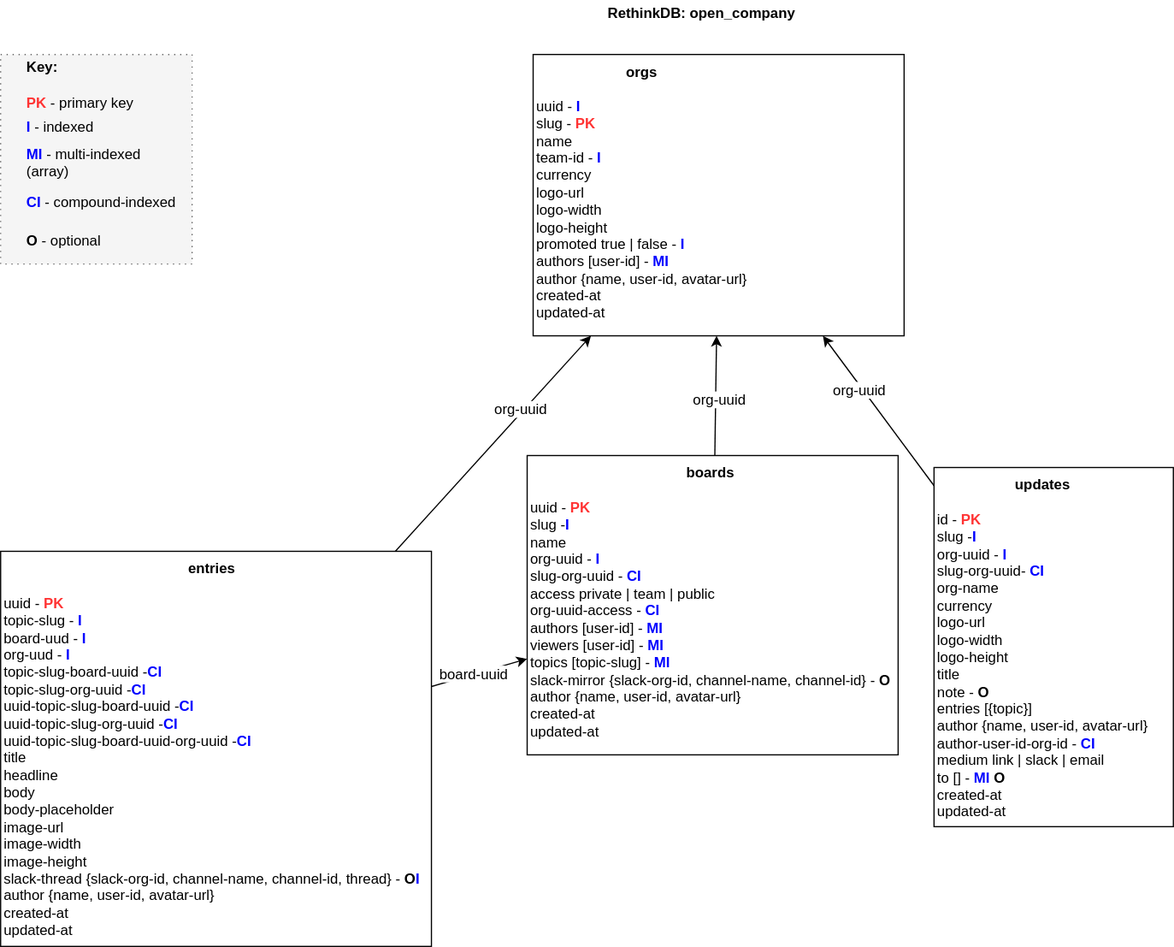
Above: docs/Storage-Schema.svg in open-company/open-company-storage (draw.io), before the change. Source tidied: cells renumbered, new cells last; positions are measured from the earlier drawing's top-left corner, leaving out a move shared by most shapes.
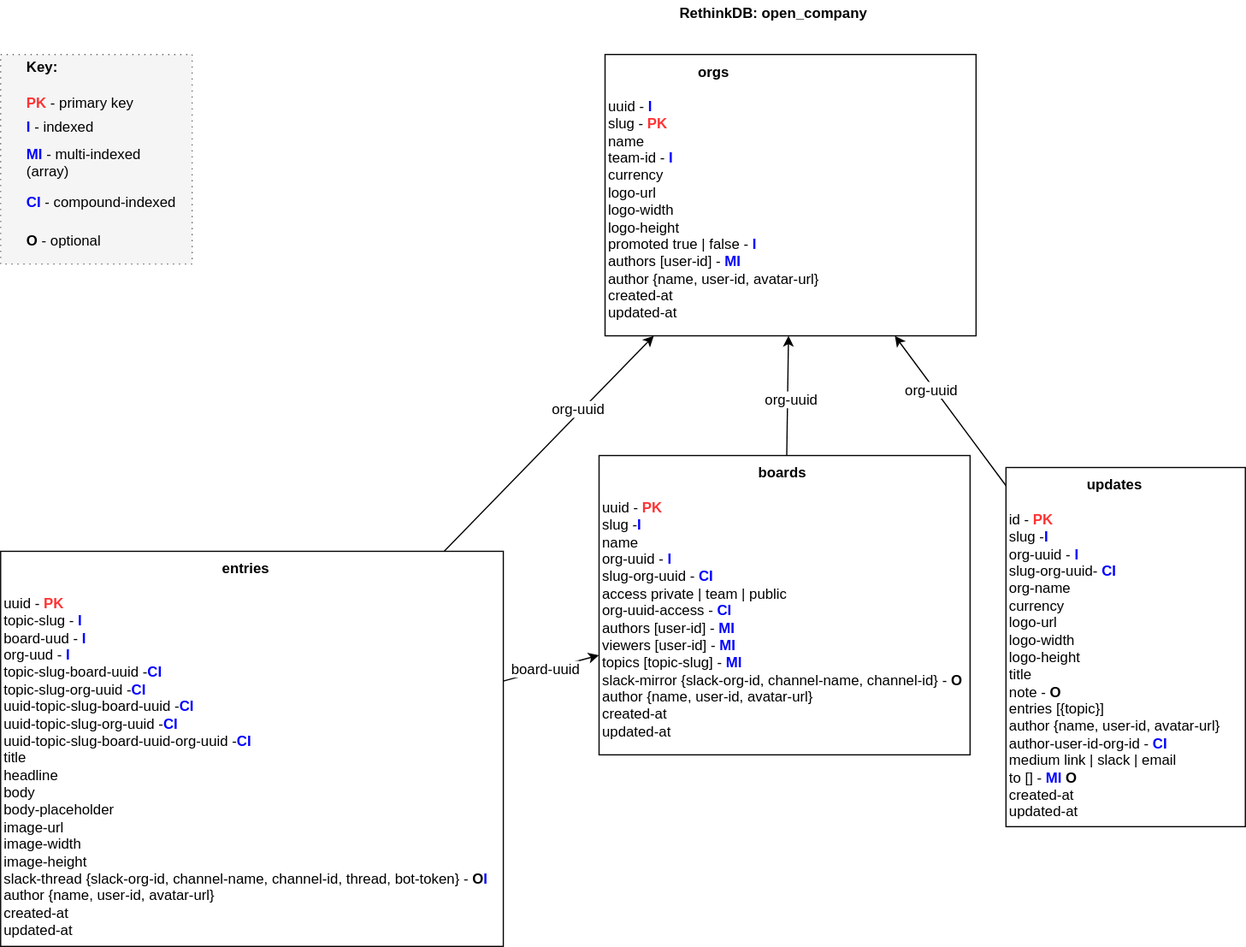
Above is the later version.

Commit message:
Update oc.lib dependency and schema diagram.

What changed in the source:
```diff
@@ -6,10 +6,10 @@
       <mxGeometry y="45" width="160" height="175" as="geometry" />
     </mxCell>
     <mxCell id="3" value="&lt;div style=&quot;text-align: center&quot;&gt;&lt;font color=&quot;#000000&quot;&gt;&lt;b&gt;orgs&lt;/b&gt;&lt;/font&gt;&lt;/div&gt;&lt;div&gt;&lt;font color=&quot;#000000&quot;&gt;&lt;br&gt;&lt;/font&gt;&lt;/div&gt;&lt;div&gt;uuid - &lt;b&gt;&lt;font color=&quot;#0000ff&quot;&gt;I&lt;/font&gt;&lt;/b&gt;&lt;/div&gt;&lt;div&gt;&lt;font color=&quot;#000000&quot;&gt;slug -&amp;nbsp;&lt;/font&gt;&lt;font color=&quot;#ff3333&quot;&gt;&lt;b&gt;PK&lt;/b&gt;&lt;/font&gt;&lt;/div&gt;&lt;div&gt;&lt;font color=&quot;#000000&quot;&gt;name&lt;/font&gt;&lt;/div&gt;&lt;div&gt;&lt;font color=&quot;#000000&quot;&gt;team-id -&amp;nbsp;&lt;/font&gt;&lt;font color=&quot;#0000ff&quot;&gt;&lt;b&gt;I&lt;/b&gt;&lt;/font&gt;&lt;/div&gt;&lt;div&gt;currency&lt;/div&gt;&lt;div&gt;logo-url&lt;/div&gt;&lt;div&gt;logo-width&lt;/div&gt;&lt;div&gt;logo-height&lt;/div&gt;&lt;div&gt;&lt;div&gt;promoted true | false -&amp;nbsp;&lt;b&gt;&lt;font color=&quot;#0000ff&quot;&gt;I&lt;/font&gt;&lt;/b&gt;&lt;/div&gt;&lt;/div&gt;&lt;div&gt;&lt;span&gt;authors [user-id] - &lt;/span&gt;&lt;b&gt;&lt;font color=&quot;#0000ff&quot;&gt;MI&lt;/font&gt;&lt;/b&gt;&lt;br&gt;&lt;/div&gt;&lt;div&gt;author {name, user-id, avatar-url}&lt;/div&gt;&lt;div&gt;&lt;span&gt;created-at&lt;/span&gt;&lt;br&gt;&lt;/div&gt;&lt;div&gt;&lt;font color=&quot;#000000&quot;&gt;updated-at&lt;/font&gt;&lt;/div&gt;" style="whiteSpace=wrap;html=1;fontSize=12;fontColor=#000000;align=left;verticalAlign=top;" parent="1" vertex="1">
-      <mxGeometry x="445" y="45" width="310" height="235" as="geometry" />
+      <mxGeometry x="505" y="45" width="310" height="235" as="geometry" />
     </mxCell>
     <mxCell id="4" value="&lt;div style=&quot;text-align: center&quot;&gt;&lt;div style=&quot;text-align: center&quot;&gt;&lt;div&gt;&lt;font color=&quot;#000000&quot;&gt;&lt;b&gt;boards&lt;/b&gt;&lt;/font&gt;&lt;/div&gt;&lt;div&gt;&lt;font color=&quot;#000000&quot;&gt;&lt;br&gt;&lt;/font&gt;&lt;/div&gt;&lt;div style=&quot;text-align: left&quot;&gt;&lt;font color=&quot;#000000&quot;&gt;uuid -&amp;nbsp;&lt;/font&gt;&lt;font color=&quot;#ff3333&quot;&gt;&lt;b&gt;PK&lt;/b&gt;&lt;/font&gt;&lt;br&gt;&lt;/div&gt;&lt;div style=&quot;text-align: left&quot;&gt;slug -&lt;b&gt;&lt;font color=&quot;#0000ff&quot;&gt;I&lt;/font&gt;&lt;/b&gt;&lt;/div&gt;&lt;div style=&quot;text-align: left&quot;&gt;&lt;font color=&quot;#000000&quot;&gt;name&lt;/font&gt;&lt;/div&gt;&lt;div style=&quot;text-align: left&quot;&gt;&lt;font color=&quot;#000000&quot;&gt;org-uuid -&amp;nbsp;&lt;/font&gt;&lt;font color=&quot;#0000ff&quot;&gt;&lt;b&gt;I&lt;/b&gt;&lt;/font&gt;&lt;/div&gt;&lt;div style=&quot;text-align: left&quot;&gt;slug-org-uuid -&lt;b&gt;&amp;nbsp;&lt;font color=&quot;#0000ff&quot;&gt;CI&lt;/font&gt;&lt;/b&gt;&lt;/div&gt;&lt;div style=&quot;text-align: left&quot;&gt;access private | team | public&lt;/div&gt;&lt;div style=&quot;text-align: left&quot;&gt;org-uuid-access -&amp;nbsp;&lt;b&gt;&lt;font color=&quot;#0000ff&quot;&gt;CI&lt;/font&gt;&lt;/b&gt;&lt;/div&gt;&lt;div style=&quot;text-align: left&quot;&gt;&lt;span&gt;authors&amp;nbsp;&lt;/span&gt;&lt;span&gt;[user-id] -&amp;nbsp;&lt;/span&gt;&lt;b&gt;&lt;font color=&quot;#0000ff&quot;&gt;MI&lt;/font&gt;&lt;/b&gt;&lt;br&gt;&lt;/div&gt;&lt;div style=&quot;text-align: left&quot;&gt;viewers [user-id] -&amp;nbsp;&lt;b&gt;&lt;font color=&quot;#0000ff&quot;&gt;MI&lt;/font&gt;&lt;/b&gt;&lt;/div&gt;&lt;div style=&quot;text-align: left&quot;&gt;topics [topic-slug]&amp;nbsp;&lt;span&gt;-&amp;nbsp;&lt;/span&gt;&lt;b&gt;&lt;font color=&quot;#0000ff&quot;&gt;MI&lt;/font&gt;&lt;/b&gt;&lt;/div&gt;&lt;div style=&quot;text-align: left&quot;&gt;&lt;div&gt;slack-mirror {slack-org-id, channel-name, channel-id} -&amp;nbsp;&lt;b&gt;O&lt;/b&gt;&lt;/div&gt;&lt;/div&gt;&lt;div style=&quot;text-align: left&quot;&gt;&lt;span&gt;author {name, user-id, avatar-url}&lt;/span&gt;&lt;br&gt;&lt;/div&gt;&lt;div style=&quot;text-align: left&quot;&gt;created-at&lt;br&gt;&lt;/div&gt;&lt;div style=&quot;text-align: left&quot;&gt;&lt;font color=&quot;#000000&quot;&gt;updated-at&lt;/font&gt;&lt;/div&gt;&lt;/div&gt;&lt;/div&gt;" style="whiteSpace=wrap;html=1;fontSize=12;fontColor=#000000;align=left;verticalAlign=top;" parent="1" vertex="1">
-      <mxGeometry x="440" y="380" width="310" height="250" as="geometry" />
+      <mxGeometry x="500" y="380" width="310" height="250" as="geometry" />
     </mxCell>
     <mxCell id="5" style="endArrow=classic;html=1;strokeColor=#000000;fontSize=12;fontColor=#000000;" parent="1" edge="1" source="4" target="3">
       <mxGeometry relative="1" as="geometry" />
@@ -18,7 +18,7 @@
       <mxGeometry x="-0.04" y="-3" relative="1" as="geometry" />
     </mxCell>
     <mxCell id="7" value="&lt;div style=&quot;text-align: center&quot;&gt;&lt;div&gt;&lt;font color=&quot;#000000&quot;&gt;&lt;b&gt;updates&lt;/b&gt;&lt;/font&gt;&lt;/div&gt;&lt;div&gt;&lt;font color=&quot;#000000&quot;&gt;&lt;br&gt;&lt;/font&gt;&lt;/div&gt;&lt;div style=&quot;text-align: left&quot;&gt;&lt;font color=&quot;#000000&quot;&gt;id -&amp;nbsp;&lt;/font&gt;&lt;font color=&quot;#ff3333&quot;&gt;&lt;b&gt;PK&lt;/b&gt;&lt;/font&gt;&lt;br&gt;&lt;/div&gt;&lt;div style=&quot;text-align: left&quot;&gt;slug -&lt;b&gt;&lt;font color=&quot;#0000ff&quot;&gt;I&lt;/font&gt;&lt;/b&gt;&lt;/div&gt;&lt;div style=&quot;text-align: left&quot;&gt;&lt;span&gt;org-uuid&lt;/span&gt;&lt;font color=&quot;#000000&quot;&gt;&amp;nbsp;-&amp;nbsp;&lt;/font&gt;&lt;font color=&quot;#0000ff&quot;&gt;&lt;b&gt;I&lt;/b&gt;&lt;/font&gt;&lt;br&gt;&lt;/div&gt;&lt;div style=&quot;text-align: left&quot;&gt;&lt;span&gt;slug-org-uuid&lt;/span&gt;&lt;font color=&quot;#000000&quot;&gt;-&amp;nbsp;&lt;/font&gt;&lt;font color=&quot;#0000ff&quot;&gt;&lt;b&gt;CI&lt;/b&gt;&lt;/font&gt;&lt;/div&gt;&lt;div style=&quot;text-align: left&quot;&gt;org-name&lt;/div&gt;&lt;div style=&quot;text-align: left&quot;&gt;currency&lt;/div&gt;&lt;div style=&quot;text-align: left&quot;&gt;logo-url&lt;/div&gt;&lt;div style=&quot;text-align: left&quot;&gt;logo-width&lt;/div&gt;&lt;div style=&quot;text-align: left&quot;&gt;logo-height&lt;/div&gt;&lt;div style=&quot;text-align: left&quot;&gt;title&lt;/div&gt;&lt;div style=&quot;text-align: left&quot;&gt;note&amp;nbsp;&lt;font color=&quot;#000000&quot;&gt;-&amp;nbsp;&lt;/font&gt;&lt;b&gt;O&lt;/b&gt;&lt;/div&gt;&lt;div style=&quot;text-align: left&quot;&gt;entries [{topic}]&lt;/div&gt;&lt;div style=&quot;text-align: left&quot;&gt;&lt;span&gt;author {name, user-id, avatar-url}&lt;/span&gt;&lt;br&gt;&lt;/div&gt;&lt;div style=&quot;text-align: left&quot;&gt;author-user-id-org-id - &lt;b&gt;&lt;font color=&quot;#0000ff&quot;&gt;CI&lt;/font&gt;&lt;/b&gt;&lt;/div&gt;&lt;div style=&quot;text-align: left&quot;&gt;medium link | slack | email&lt;/div&gt;&lt;div style=&quot;text-align: left&quot;&gt;to []&amp;nbsp;&lt;font color=&quot;#000000&quot;&gt;-&amp;nbsp;&lt;/font&gt;&lt;b&gt;&lt;font color=&quot;#0000ff&quot;&gt;MI &lt;/font&gt;O&lt;/b&gt;&lt;/div&gt;&lt;div style=&quot;text-align: left&quot;&gt;&lt;span&gt;created-at&lt;/span&gt;&lt;br&gt;&lt;/div&gt;&lt;div style=&quot;text-align: left&quot;&gt;&lt;font color=&quot;#000000&quot;&gt;updated-at&lt;/font&gt;&lt;/div&gt;&lt;/div&gt;" style="whiteSpace=wrap;html=1;fontSize=12;fontColor=#000000;align=left;verticalAlign=top;" parent="1" vertex="1">
-      <mxGeometry x="780" y="390" width="200" height="300" as="geometry" />
+      <mxGeometry x="840" y="390" width="200" height="300" as="geometry" />
     </mxCell>
     <mxCell id="8" value="&lt;b&gt;Key:&lt;/b&gt;" style="text;html=1;strokeColor=none;fillColor=none;align=left;verticalAlign=middle;whiteSpace=wrap;" parent="1" vertex="1">
       <mxGeometry x="20" y="45" width="40" height="20" as="geometry" />
@@ -39,10 +39,10 @@
       <mxGeometry relative="1" as="geometry" />
     </mxCell>
     <mxCell id="14" value="&lt;div style=&quot;text-align: left&quot;&gt;&lt;b&gt;RethinkDB: open_company&lt;/b&gt;&lt;/div&gt;" style="text;html=1;strokeColor=none;fillColor=none;align=center;verticalAlign=middle;whiteSpace=wrap;dashed=1;dashPattern=1 4;fontSize=12;fontColor=#000000;" parent="1" vertex="1">
-      <mxGeometry x="460" width="250" height="20" as="geometry" />
+      <mxGeometry x="520" width="250" height="20" as="geometry" />
     </mxCell>
-    <mxCell id="15" value="&lt;div style=&quot;text-align: center&quot;&gt;&lt;font color=&quot;#000000&quot;&gt;&lt;b&gt;entries&lt;/b&gt;&lt;/font&gt;&lt;/div&gt;&lt;div&gt;&lt;br&gt;&lt;/div&gt;&lt;div&gt;&lt;font color=&quot;#000000&quot;&gt;uuid -&amp;nbsp;&lt;/font&gt;&lt;font color=&quot;#ff3333&quot;&gt;&lt;b&gt;PK&lt;/b&gt;&lt;/font&gt;&lt;/div&gt;&lt;div&gt;&lt;span&gt;topic-slug -&amp;nbsp;&lt;/span&gt;&lt;b&gt;&lt;font color=&quot;#0000ff&quot;&gt;I&lt;/font&gt;&lt;/b&gt;&lt;/div&gt;&lt;div&gt;&lt;font color=&quot;#000000&quot;&gt;board-uud -&amp;nbsp;&lt;/font&gt;&lt;font color=&quot;#0000ff&quot;&gt;&lt;b&gt;I&lt;/b&gt;&lt;/font&gt;&lt;/div&gt;&lt;div&gt;&lt;font color=&quot;#000000&quot;&gt;org-uud -&amp;nbsp;&lt;/font&gt;&lt;font color=&quot;#0000ff&quot;&gt;&lt;b&gt;I&lt;/b&gt;&lt;/font&gt;&lt;br&gt;&lt;/div&gt;&lt;div&gt;topic-slug-board-uuid&amp;nbsp;&lt;font color=&quot;#000000&quot;&gt;-&lt;/font&gt;&lt;font color=&quot;#0000ff&quot;&gt;&lt;b&gt;CI&lt;/b&gt;&lt;/font&gt;&lt;/div&gt;&lt;div&gt;topic-slug-org-uuid&amp;nbsp;&lt;font color=&quot;#000000&quot;&gt;-&lt;/font&gt;&lt;font color=&quot;#0000ff&quot;&gt;&lt;b&gt;CI&lt;/b&gt;&lt;/font&gt;&lt;/div&gt;&lt;div&gt;&lt;div&gt;&lt;div&gt;uuid-topic-slug-board-uuid&amp;nbsp;&lt;font color=&quot;#000000&quot;&gt;-&lt;/font&gt;&lt;font color=&quot;#0000ff&quot;&gt;&lt;b&gt;CI&lt;/b&gt;&lt;/font&gt;&lt;/div&gt;&lt;div&gt;uuid-topic-slug-org-uuid&amp;nbsp;&lt;font color=&quot;#000000&quot;&gt;-&lt;/font&gt;&lt;font color=&quot;#0000ff&quot;&gt;&lt;b&gt;CI&lt;/b&gt;&lt;/font&gt;&lt;/div&gt;&lt;/div&gt;&lt;/div&gt;&lt;div&gt;&lt;div&gt;uuid-topic-slug-board-uuid-org-uuid&amp;nbsp;&lt;font color=&quot;#000000&quot;&gt;-&lt;/font&gt;&lt;font color=&quot;#0000ff&quot;&gt;&lt;b&gt;CI&lt;/b&gt;&lt;/font&gt;&lt;/div&gt;&lt;/div&gt;&lt;div&gt;&lt;span&gt;title&lt;/span&gt;&lt;br&gt;&lt;/div&gt;&lt;div&gt;&lt;span&gt;headline&lt;/span&gt;&lt;/div&gt;&lt;div&gt;&lt;span&gt;body&lt;/span&gt;&lt;/div&gt;&lt;div&gt;&lt;span&gt;body-placeholder&lt;/span&gt;&lt;/div&gt;&lt;div&gt;&lt;span&gt;image-url&lt;/span&gt;&lt;br&gt;&lt;/div&gt;&lt;div&gt;image-width&lt;/div&gt;&lt;div&gt;image-height&lt;/div&gt;&lt;div&gt;&lt;div&gt;slack-thread {slack-org-id, channel-name, channel-id, thread} -&amp;nbsp;&lt;b&gt;O&lt;font color=&quot;#0000ff&quot;&gt;I&lt;/font&gt;&lt;/b&gt;&lt;/div&gt;&lt;/div&gt;&lt;div&gt;&lt;span&gt;author {name, user-id, avatar-url}&lt;/span&gt;&lt;br&gt;&lt;/div&gt;&lt;div&gt;&lt;span&gt;created-at&lt;/span&gt;&lt;br&gt;&lt;/div&gt;&lt;div&gt;&lt;font color=&quot;#000000&quot;&gt;updated-at&lt;/font&gt;&lt;/div&gt;" style="whiteSpace=wrap;html=1;fontSize=12;fontColor=#000000;align=left;verticalAlign=top;" parent="1" vertex="1">
-      <mxGeometry y="460" width="360" height="330" as="geometry" />
+    <mxCell id="15" value="&lt;div style=&quot;text-align: center&quot;&gt;&lt;font color=&quot;#000000&quot;&gt;&lt;b&gt;entries&lt;/b&gt;&lt;/font&gt;&lt;/div&gt;&lt;div&gt;&lt;br&gt;&lt;/div&gt;&lt;div&gt;&lt;font color=&quot;#000000&quot;&gt;uuid -&amp;nbsp;&lt;/font&gt;&lt;font color=&quot;#ff3333&quot;&gt;&lt;b&gt;PK&lt;/b&gt;&lt;/font&gt;&lt;/div&gt;&lt;div&gt;&lt;span&gt;topic-slug -&amp;nbsp;&lt;/span&gt;&lt;b&gt;&lt;font color=&quot;#0000ff&quot;&gt;I&lt;/font&gt;&lt;/b&gt;&lt;/div&gt;&lt;div&gt;&lt;font color=&quot;#000000&quot;&gt;board-uud -&amp;nbsp;&lt;/font&gt;&lt;font color=&quot;#0000ff&quot;&gt;&lt;b&gt;I&lt;/b&gt;&lt;/font&gt;&lt;/div&gt;&lt;div&gt;&lt;font color=&quot;#000000&quot;&gt;org-uud -&amp;nbsp;&lt;/font&gt;&lt;font color=&quot;#0000ff&quot;&gt;&lt;b&gt;I&lt;/b&gt;&lt;/font&gt;&lt;br&gt;&lt;/div&gt;&lt;div&gt;topic-slug-board-uuid&amp;nbsp;&lt;font color=&quot;#000000&quot;&gt;-&lt;/font&gt;&lt;font color=&quot;#0000ff&quot;&gt;&lt;b&gt;CI&lt;/b&gt;&lt;/font&gt;&lt;/div&gt;&lt;div&gt;topic-slug-org-uuid&amp;nbsp;&lt;font color=&quot;#000000&quot;&gt;-&lt;/font&gt;&lt;font color=&quot;#0000ff&quot;&gt;&lt;b&gt;CI&lt;/b&gt;&lt;/font&gt;&lt;/div&gt;&lt;div&gt;&lt;div&gt;&lt;div&gt;uuid-topic-slug-board-uuid&amp;nbsp;&lt;font color=&quot;#000000&quot;&gt;-&lt;/font&gt;&lt;font color=&quot;#0000ff&quot;&gt;&lt;b&gt;CI&lt;/b&gt;&lt;/font&gt;&lt;/div&gt;&lt;div&gt;uuid-topic-slug-org-uuid&amp;nbsp;&lt;font color=&quot;#000000&quot;&gt;-&lt;/font&gt;&lt;font color=&quot;#0000ff&quot;&gt;&lt;b&gt;CI&lt;/b&gt;&lt;/font&gt;&lt;/div&gt;&lt;/div&gt;&lt;/div&gt;&lt;div&gt;&lt;div&gt;uuid-topic-slug-board-uuid-org-uuid&amp;nbsp;&lt;font color=&quot;#000000&quot;&gt;-&lt;/font&gt;&lt;font color=&quot;#0000ff&quot;&gt;&lt;b&gt;CI&lt;/b&gt;&lt;/font&gt;&lt;/div&gt;&lt;/div&gt;&lt;div&gt;&lt;span&gt;title&lt;/span&gt;&lt;br&gt;&lt;/div&gt;&lt;div&gt;&lt;span&gt;headline&lt;/span&gt;&lt;/div&gt;&lt;div&gt;&lt;span&gt;body&lt;/span&gt;&lt;/div&gt;&lt;div&gt;&lt;span&gt;body-placeholder&lt;/span&gt;&lt;/div&gt;&lt;div&gt;&lt;span&gt;image-url&lt;/span&gt;&lt;br&gt;&lt;/div&gt;&lt;div&gt;image-width&lt;/div&gt;&lt;div&gt;image-height&lt;/div&gt;&lt;div&gt;&lt;div&gt;slack-thread {slack-org-id, channel-name, channel-id, thread, bot-token} -&amp;nbsp;&lt;b&gt;O&lt;font color=&quot;#0000ff&quot;&gt;I&lt;/font&gt;&lt;/b&gt;&lt;/div&gt;&lt;/div&gt;&lt;div&gt;&lt;span&gt;author {name, user-id, avatar-url}&lt;/span&gt;&lt;br&gt;&lt;/div&gt;&lt;div&gt;&lt;span&gt;created-at&lt;/span&gt;&lt;br&gt;&lt;/div&gt;&lt;div&gt;&lt;font color=&quot;#000000&quot;&gt;updated-at&lt;/font&gt;&lt;/div&gt;" style="whiteSpace=wrap;html=1;fontSize=12;fontColor=#000000;align=left;verticalAlign=top;" parent="1" vertex="1">
+      <mxGeometry y="460" width="420" height="330" as="geometry" />
     </mxCell>
     <mxCell id="16" style="edgeStyle=orthogonalEdgeStyle;rounded=0;html=1;exitX=1;exitY=0.5;entryX=1;entryY=0.5;endArrow=none;endFill=0;jettySize=auto;orthogonalLoop=1;strokeColor=#000000;fontSize=12;fontColor=#000000;" parent="1" edge="1" source="3" target="3">
       <mxGeometry relative="1" as="geometry" />
```
